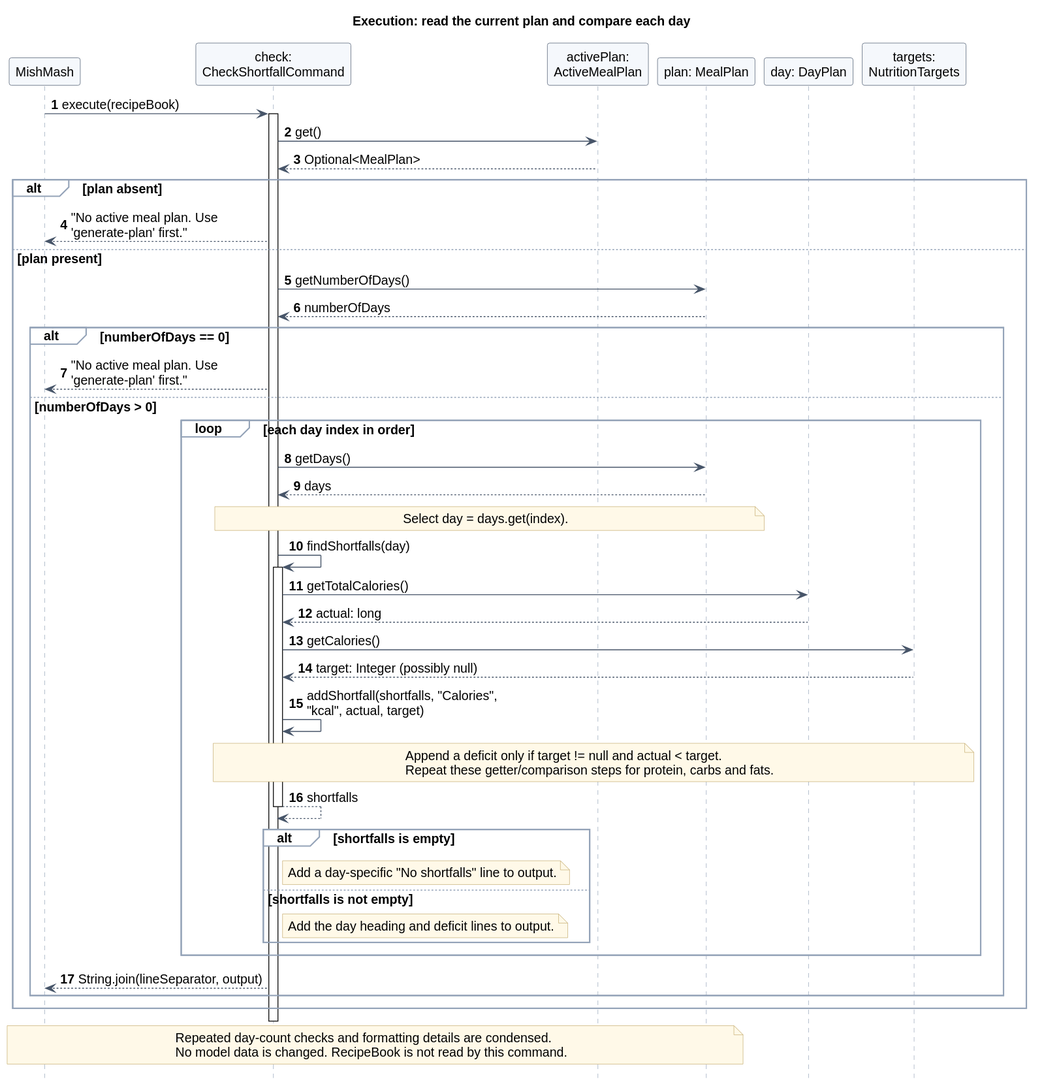
Earlier version of the PlantUML export docs/images/shortfall/execution.svg (AY2627S1-CS2113-W13-4/tp).
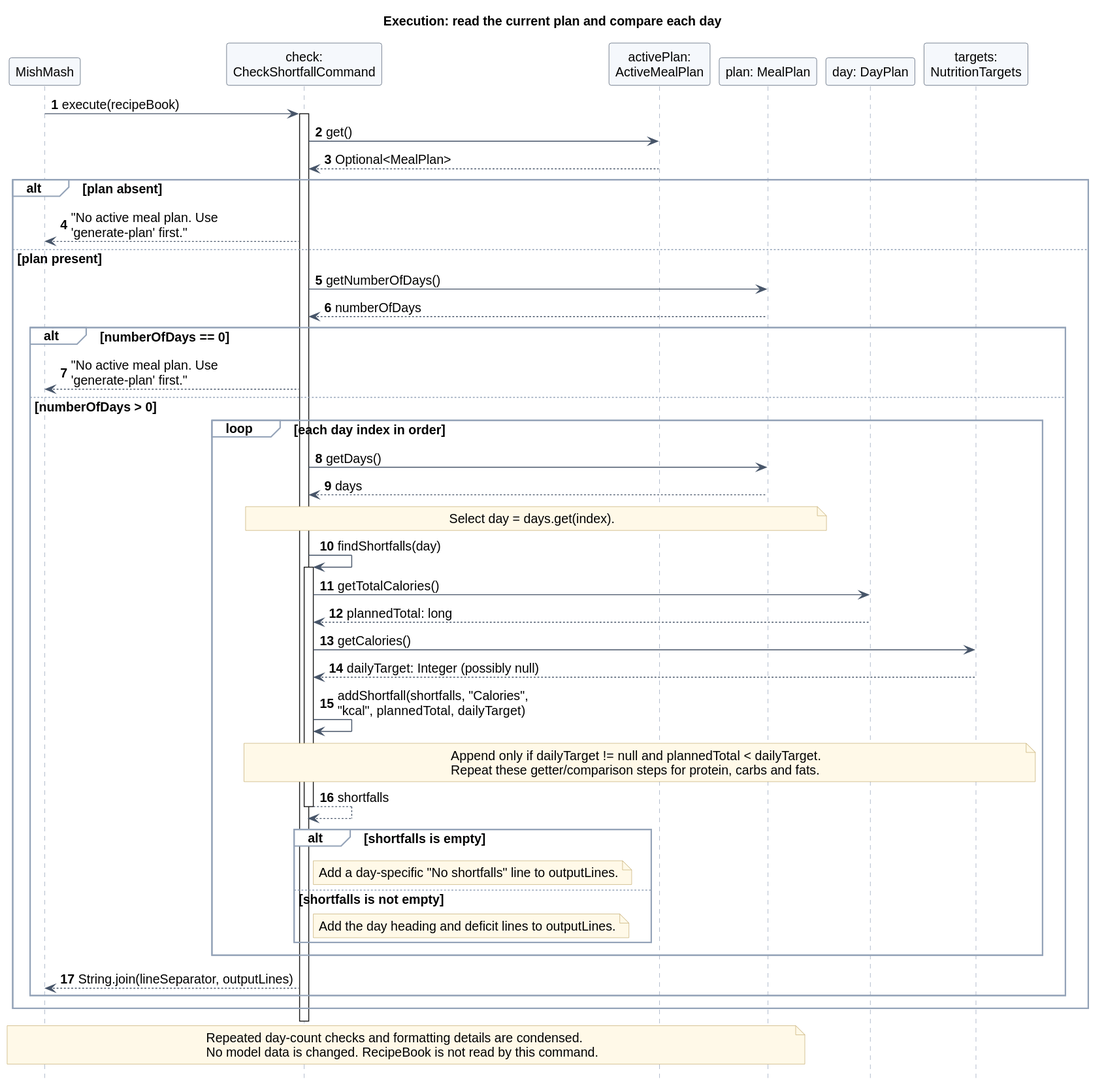
The same diagram one commit later.

Change to the diagram source:
```diff
@@ -29,23 +29,23 @@
       Check -> Check : findShortfalls(day)
       activate Check
       Check -> Day : getTotalCalories()
-      Day --> Check : actual: long
+      Day --> Check : plannedTotal: long
       Check -> Targets : getCalories()
-      Targets --> Check : target: Integer (possibly null)
-      Check -> Check : addShortfall(shortfalls, "Calories",\n"kcal", actual, target)
+      Targets --> Check : dailyTarget: Integer (possibly null)
+      Check -> Check : addShortfall(shortfalls, "Calories",\n"kcal", plannedTotal, dailyTarget)
       note over Check, Targets
-        Append a deficit only if target != null and actual < target.
+        Append only if dailyTarget != null and plannedTotal < dailyTarget.
         Repeat these getter/comparison steps for protein, carbs and fats.
       end note
       Check --> Check : shortfalls
       deactivate Check
       alt shortfalls is empty
-        note right of Check : Add a day-specific "No shortfalls" line to output.
+        note right of Check : Add a day-specific "No shortfalls" line to outputLines.
       else shortfalls is not empty
-        note right of Check : Add the day heading and deficit lines to output.
+        note right of Check : Add the day heading and deficit lines to outputLines.
       end
     end
-    Check --> App : String.join(lineSeparator, output)
+    Check --> App : String.join(lineSeparator, outputLines)
   end
 end
 deactivate Check
```
